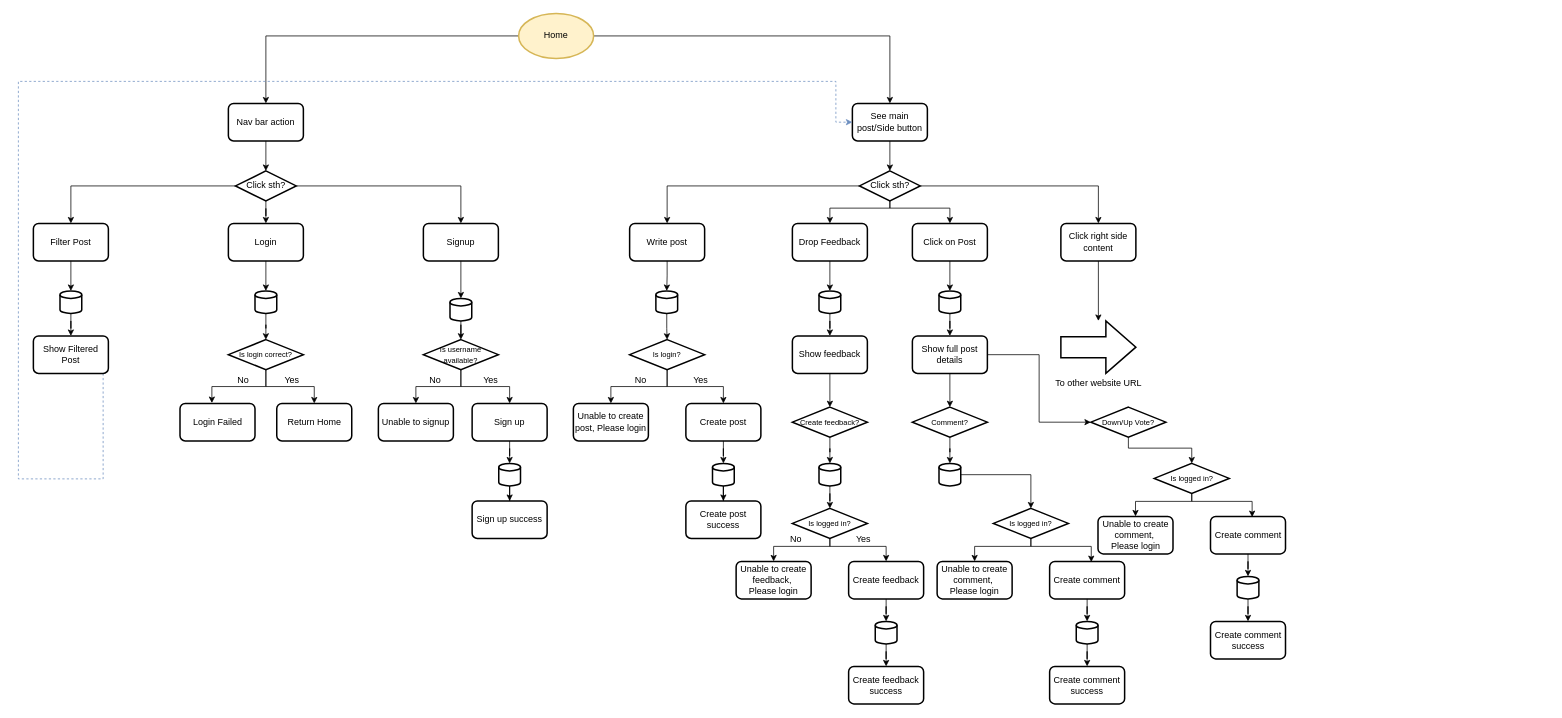
This is Discoursify.drawio from HiengLyhor/Discoursify-Diagram, a draw.io file, before an edit. Source tidied: cells renumbered, new cells numbered last; positions are measured from the earlier drawing's top-left corner, leaving out a move shared by most shapes. Both pictures are drawn from the tidied source at 75%, with x=0, y=0 at pixel (18, 13).
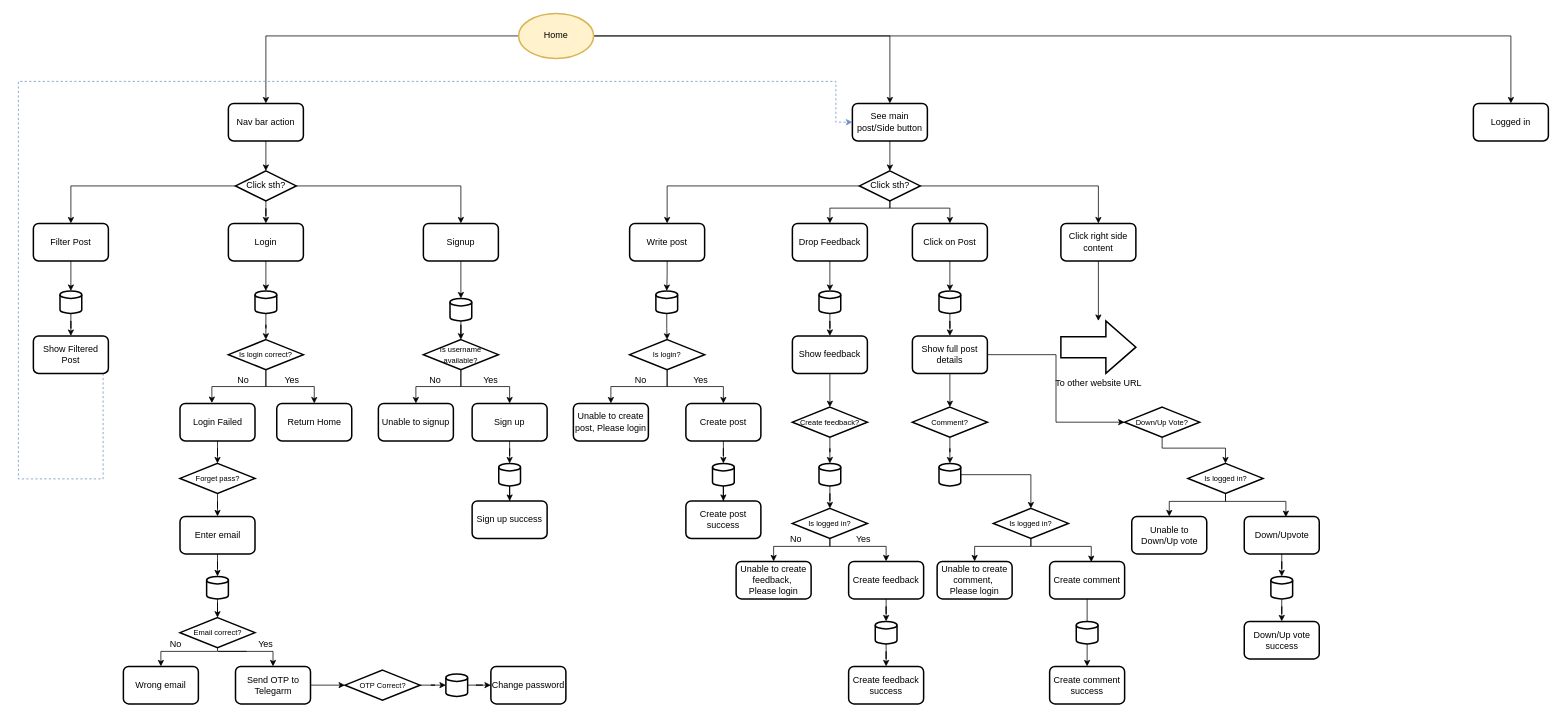
The same page after the edit.

Unchanged cells that the change refers to:
```xml
<mxCell id="4" value="Home" style="strokeWidth=2;html=1;shape=mxgraph.flowchart.start_1;whiteSpace=wrap;fillColor=#fff2cc;strokeColor=#d6b656;" parent="1" vertex="1">
  <mxGeometry x="667" y="0.4" width="100" height="60" as="geometry" />
</mxCell>
<mxCell id="26" value="&lt;div style=&quot;text-align: start;&quot;&gt;Login Failed&lt;/div&gt;" style="rounded=1;whiteSpace=wrap;html=1;absoluteArcSize=1;arcSize=14;strokeWidth=2;" parent="1" vertex="1">
  <mxGeometry x="215.5" y="520.4" width="100" height="50" as="geometry" />
</mxCell>
<mxCell id="104" value="Create comment" style="rounded=1;whiteSpace=wrap;html=1;absoluteArcSize=1;arcSize=14;strokeWidth=2;" parent="1" vertex="1">
  <mxGeometry x="1375" y="731" width="100" height="50" as="geometry" />
</mxCell>
<mxCell id="107" style="strokeWidth=2;html=1;shape=mxgraph.flowchart.database;whiteSpace=wrap;" parent="1" vertex="1">
  <mxGeometry x="1410.5" y="811" width="29" height="30" as="geometry" />
</mxCell>
<mxCell id="108" value="Create comment success" style="rounded=1;whiteSpace=wrap;html=1;absoluteArcSize=1;arcSize=14;strokeWidth=2;" parent="1" vertex="1">
  <mxGeometry x="1375" y="871" width="100" height="50" as="geometry" />
</mxCell>
```

What changed in the source:
```diff
@@
+    <mxCell id="124" style="edgeStyle=orthogonalEdgeStyle;rounded=0;jettySize=auto;html=1;entryX=0.5;entryY=0;entryDx=0;entryDy=0;" parent="1" edge="1" source="4" target="146">
+      <mxGeometry relative="1" as="geometry" />
+    </mxCell>
@@
+    <mxCell id="125" style="edgeStyle=orthogonalEdgeStyle;rounded=0;jettySize=auto;html=1;" parent="1" edge="1" source="104" target="108">
+      <mxGeometry relative="1" as="geometry" />
+    </mxCell>
@@
-    <mxCell id="106" style="edgeStyle=orthogonalEdgeStyle;rounded=0;jettySize=auto;html=1;" parent="1" edge="1" source="107" target="108">
-      <mxGeometry relative="1" as="geometry" />
-    </mxCell>
@@
-    <mxCell id="109" style="edgeStyle=orthogonalEdgeStyle;rounded=0;orthogonalLoop=1;jettySize=auto;html=1;exitX=0.5;exitY=1;exitDx=0;exitDy=0;exitPerimeter=0;" parent="1" edge="1" source="107" target="107">
-      <mxGeometry relative="1" as="geometry" />
+    <mxCell id="109" style="edgeStyle=orthogonalEdgeStyle;rounded=0;orthogonalLoop=1;jettySize=auto;html=1;exitX=0.5;exitY=1;exitDx=0;exitDy=0;exitPerimeter=0;" parent="1" edge="1">
+      <mxGeometry relative="1" as="geometry">
+        <mxPoint x="1470" y="841" as="sourcePoint" />
+        <mxPoint x="1470" y="841" as="targetPoint" />
+      </mxGeometry>
     </mxCell>
-    <mxCell id="110" style="edgeStyle=orthogonalEdgeStyle;rounded=0;jettySize=auto;html=1;entryX=0.5;entryY=0;entryDx=0;entryDy=0;entryPerimeter=0;" parent="1" edge="1" source="104" target="107">
-      <mxGeometry relative="1" as="geometry" />
-    </mxCell>
     <mxCell id="111" value="&lt;span style=&quot;font-size: 10px;&quot;&gt;Down/Up Vote?&lt;/span&gt;" style="strokeWidth=2;html=1;shape=mxgraph.flowchart.decision;whiteSpace=wrap;" parent="1" vertex="1">
-      <mxGeometry x="1430" y="525.4" width="100" height="40" as="geometry" />
+      <mxGeometry x="1475" y="525.4" width="100" height="40" as="geometry" />
     </mxCell>
@@
     <mxCell id="113" style="edgeStyle=orthogonalEdgeStyle;rounded=0;jettySize=auto;html=1;entryX=0.5;entryY=0;entryDx=0;entryDy=0;" parent="1" edge="1" source="114" target="115">
       <mxGeometry relative="1" as="geometry">
         <Array as="points">
-          <mxPoint x="1564.5" y="651" />
-          <mxPoint x="1489.5" y="651" />
+          <mxPoint x="1609.5" y="651" />
+          <mxPoint x="1534.5" y="651" />
         </Array>
       </mxGeometry>
     </mxCell>
     <mxCell id="114" value="&lt;span style=&quot;font-size: 10px;&quot;&gt;Is logged in?&lt;/span&gt;" style="strokeWidth=2;html=1;shape=mxgraph.flowchart.decision;whiteSpace=wrap;" parent="1" vertex="1">
-      <mxGeometry x="1514.5" y="600.4" width="100" height="40" as="geometry" />
+      <mxGeometry x="1559.5" y="600.4" width="100" height="40" as="geometry" />
     </mxCell>
-    <mxCell id="115" value="Unable to create comment,&amp;nbsp;&lt;div&gt;Please login&lt;/div&gt;" style="rounded=1;whiteSpace=wrap;html=1;absoluteArcSize=1;arcSize=14;strokeWidth=2;" parent="1" vertex="1">
-      <mxGeometry x="1439.5" y="671" width="100" height="50" as="geometry" />
+    <mxCell id="115" value="Unable to Down/Up vote" style="rounded=1;whiteSpace=wrap;html=1;absoluteArcSize=1;arcSize=14;strokeWidth=2;" parent="1" vertex="1">
+      <mxGeometry x="1484.5" y="671" width="100" height="50" as="geometry" />
     </mxCell>
-    <mxCell id="116" value="Create comment" style="rounded=1;whiteSpace=wrap;html=1;absoluteArcSize=1;arcSize=14;strokeWidth=2;" parent="1" vertex="1">
-      <mxGeometry x="1589.5" y="671" width="100" height="50" as="geometry" />
+    <mxCell id="116" value="Down/Upvote" style="rounded=1;whiteSpace=wrap;html=1;absoluteArcSize=1;arcSize=14;strokeWidth=2;" parent="1" vertex="1">
+      <mxGeometry x="1634.5" y="671" width="100" height="50" as="geometry" />
     </mxCell>
     <mxCell id="117" style="edgeStyle=orthogonalEdgeStyle;rounded=0;jettySize=auto;html=1;entryX=0.555;entryY=0.018;entryDx=0;entryDy=0;entryPerimeter=0;" parent="1" edge="1" source="114" target="116">
       <mxGeometry relative="1" as="geometry">
         <Array as="points">
-          <mxPoint x="1564.5" y="651" />
-          <mxPoint x="1645.5" y="651" />
+          <mxPoint x="1609.5" y="651" />
+          <mxPoint x="1690.5" y="651" />
         </Array>
       </mxGeometry>
     </mxCell>
@@
     <mxCell id="119" style="strokeWidth=2;html=1;shape=mxgraph.flowchart.database;whiteSpace=wrap;" parent="1" vertex="1">
-      <mxGeometry x="1625" y="751" width="29" height="30" as="geometry" />
+      <mxGeometry x="1670" y="751" width="29" height="30" as="geometry" />
     </mxCell>
-    <mxCell id="120" value="Create comment success" style="rounded=1;whiteSpace=wrap;html=1;absoluteArcSize=1;arcSize=14;strokeWidth=2;" parent="1" vertex="1">
-      <mxGeometry x="1589.5" y="811" width="100" height="50" as="geometry" />
+    <mxCell id="120" value="Down/Up vote success" style="rounded=1;whiteSpace=wrap;html=1;absoluteArcSize=1;arcSize=14;strokeWidth=2;" parent="1" vertex="1">
+      <mxGeometry x="1634.5" y="811" width="100" height="50" as="geometry" />
     </mxCell>
@@
     <mxCell id="123" style="edgeStyle=orthogonalEdgeStyle;rounded=0;jettySize=auto;html=1;entryX=0.5;entryY=0;entryDx=0;entryDy=0;entryPerimeter=0;" parent="1" edge="1" source="111" target="114">
       <mxGeometry relative="1" as="geometry">
         <Array as="points">
-          <mxPoint x="1480" y="580" />
-          <mxPoint x="1565" y="580" />
+          <mxPoint x="1525" y="580" />
+          <mxPoint x="1610" y="580" />
         </Array>
       </mxGeometry>
     </mxCell>
+    <mxCell id="126" style="edgeStyle=orthogonalEdgeStyle;rounded=0;jettySize=auto;html=1;" parent="1" edge="1" source="127" target="130">
+      <mxGeometry relative="1" as="geometry" />
+    </mxCell>
+    <mxCell id="127" value="&lt;span style=&quot;font-size: 10px;&quot;&gt;Forget pass?&lt;/span&gt;" style="strokeWidth=2;html=1;shape=mxgraph.flowchart.decision;whiteSpace=wrap;" parent="1" vertex="1">
+      <mxGeometry x="215.5" y="600.4" width="100" height="40" as="geometry" />
+    </mxCell>
+    <mxCell id="128" style="edgeStyle=orthogonalEdgeStyle;rounded=0;jettySize=auto;html=1;entryX=0.5;entryY=0;entryDx=0;entryDy=0;entryPerimeter=0;" parent="1" edge="1" source="26" target="127">
+      <mxGeometry relative="1" as="geometry" />
+    </mxCell>
+    <mxCell id="129" style="edgeStyle=orthogonalEdgeStyle;rounded=0;jettySize=auto;html=1;" parent="1" edge="1" source="130" target="132">
+      <mxGeometry relative="1" as="geometry" />
+    </mxCell>
+    <mxCell id="130" value="&lt;div style=&quot;text-align: start;&quot;&gt;Enter email&lt;/div&gt;" style="rounded=1;whiteSpace=wrap;html=1;absoluteArcSize=1;arcSize=14;strokeWidth=2;" parent="1" vertex="1">
+      <mxGeometry x="215.5" y="671" width="100" height="50" as="geometry" />
+    </mxCell>
+    <mxCell id="131" style="edgeStyle=orthogonalEdgeStyle;rounded=0;jettySize=auto;html=1;" parent="1" edge="1" source="132" target="135">
+      <mxGeometry relative="1" as="geometry" />
+    </mxCell>
+    <mxCell id="132" style="strokeWidth=2;html=1;shape=mxgraph.flowchart.database;whiteSpace=wrap;" parent="1" vertex="1">
+      <mxGeometry x="251" y="751" width="29" height="30" as="geometry" />
+    </mxCell>
+    <mxCell id="133" style="edgeStyle=orthogonalEdgeStyle;rounded=0;jettySize=auto;html=1;" parent="1" edge="1" source="135" target="136">
+      <mxGeometry relative="1" as="geometry">
+        <Array as="points">
+          <mxPoint x="266" y="851" />
+          <mxPoint x="190" y="851" />
+        </Array>
+      </mxGeometry>
+    </mxCell>
+    <mxCell id="134" style="edgeStyle=orthogonalEdgeStyle;rounded=0;jettySize=auto;html=1;entryX=0.5;entryY=0;entryDx=0;entryDy=0;" parent="1" edge="1" target="138">
+      <mxGeometry relative="1" as="geometry">
+        <mxPoint x="304.5" y="851" as="sourcePoint" />
+        <Array as="points">
+          <mxPoint x="266" y="851" />
+          <mxPoint x="340" y="851" />
+        </Array>
+      </mxGeometry>
+    </mxCell>
+    <mxCell id="135" value="&lt;span style=&quot;font-size: 10px;&quot;&gt;Email correct?&lt;/span&gt;" style="strokeWidth=2;html=1;shape=mxgraph.flowchart.decision;whiteSpace=wrap;" parent="1" vertex="1">
+      <mxGeometry x="215.5" y="806" width="100" height="40" as="geometry" />
+    </mxCell>
+    <mxCell id="136" value="&lt;div style=&quot;text-align: start;&quot;&gt;Wrong email&lt;/div&gt;" style="rounded=1;whiteSpace=wrap;html=1;absoluteArcSize=1;arcSize=14;strokeWidth=2;" parent="1" vertex="1">
+      <mxGeometry x="140" y="871" width="100" height="50" as="geometry" />
+    </mxCell>
+    <mxCell id="137" style="edgeStyle=orthogonalEdgeStyle;rounded=0;jettySize=auto;html=1;" parent="1" edge="1" source="138" target="142">
+      <mxGeometry relative="1" as="geometry" />
+    </mxCell>
+    <mxCell id="138" value="&lt;div style=&quot;&quot;&gt;Send OTP to Telegarm&lt;/div&gt;" style="rounded=1;whiteSpace=wrap;html=1;absoluteArcSize=1;arcSize=14;strokeWidth=2;align=center;" parent="1" vertex="1">
+      <mxGeometry x="289.5" y="871" width="100" height="50" as="geometry" />
+    </mxCell>
+    <mxCell id="139" value="No" style="text;html=1;align=center;verticalAlign=middle;whiteSpace=wrap;rounded=0;" parent="1" vertex="1">
+      <mxGeometry x="190" y="831" width="40" height="20" as="geometry" />
+    </mxCell>
+    <mxCell id="140" value="Yes" style="text;html=1;align=center;verticalAlign=middle;whiteSpace=wrap;rounded=0;" parent="1" vertex="1">
+      <mxGeometry x="310" y="831" width="40" height="20" as="geometry" />
+    </mxCell>
+    <mxCell id="141" style="edgeStyle=orthogonalEdgeStyle;rounded=0;jettySize=auto;html=1;" parent="1" edge="1" source="142" target="144">
+      <mxGeometry relative="1" as="geometry" />
+    </mxCell>
+    <mxCell id="142" value="&lt;span style=&quot;font-size: 10px;&quot;&gt;OTP Correct?&lt;/span&gt;" style="strokeWidth=2;html=1;shape=mxgraph.flowchart.decision;whiteSpace=wrap;" parent="1" vertex="1">
+      <mxGeometry x="435.5" y="876" width="100" height="40" as="geometry" />
+    </mxCell>
+    <mxCell id="143" style="edgeStyle=orthogonalEdgeStyle;rounded=0;jettySize=auto;html=1;" parent="1" edge="1" source="144" target="145">
+      <mxGeometry relative="1" as="geometry" />
+    </mxCell>
+    <mxCell id="144" style="strokeWidth=2;html=1;shape=mxgraph.flowchart.database;whiteSpace=wrap;" parent="1" vertex="1">
+      <mxGeometry x="570" y="881" width="29" height="30" as="geometry" />
+    </mxCell>
+    <mxCell id="145" value="&lt;div style=&quot;&quot;&gt;Change password&lt;/div&gt;" style="rounded=1;whiteSpace=wrap;html=1;absoluteArcSize=1;arcSize=14;strokeWidth=2;align=center;" parent="1" vertex="1">
+      <mxGeometry x="630" y="871" width="100" height="50" as="geometry" />
+    </mxCell>
+    <mxCell id="146" value="Logged in" style="rounded=1;whiteSpace=wrap;html=1;absoluteArcSize=1;arcSize=14;strokeWidth=2;" parent="1" vertex="1">
+      <mxGeometry x="1940" y="120.4" width="100" height="50" as="geometry" />
+    </mxCell>
```
